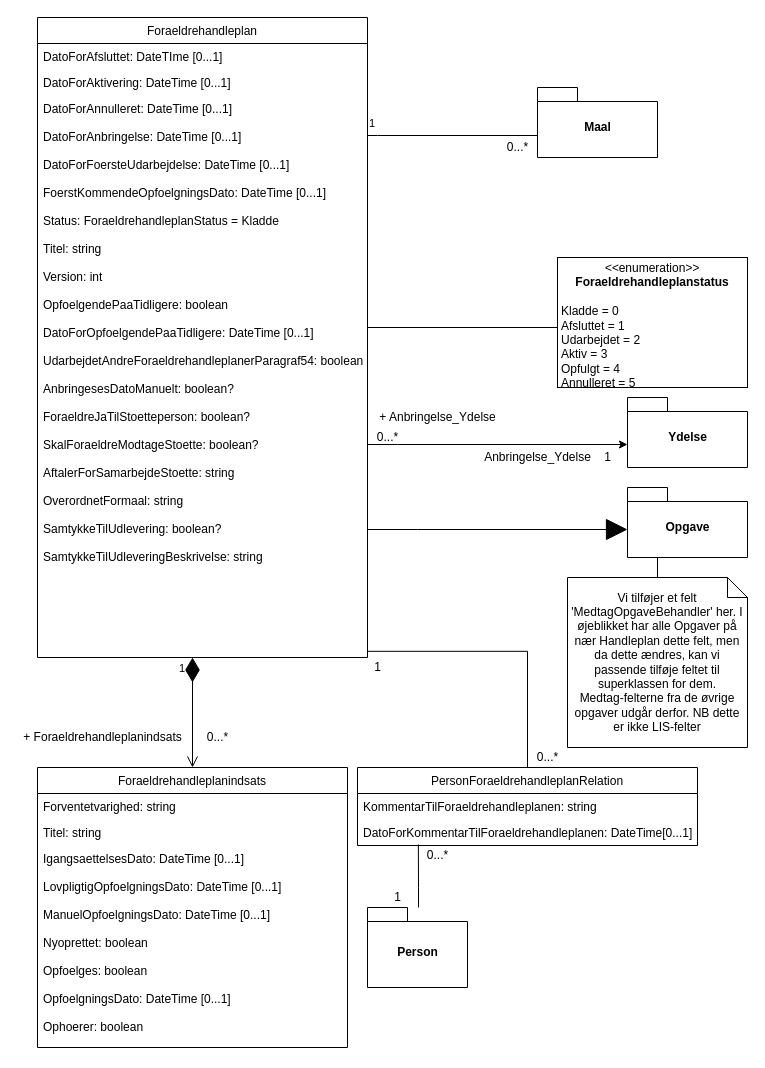
DanielMikkelsen/CompanyCarpool keeps this draw.io diagram as Untitled Diagram.drawio. Above is the earlier version. Source tidied: cells renumbered, new cells numbered last; positions are measured from the earlier drawing's top-left corner, leaving out a move shared by most shapes. Both pictures are drawn from the tidied source at 100%, with x=0, y=0 at pixel (17, 17).
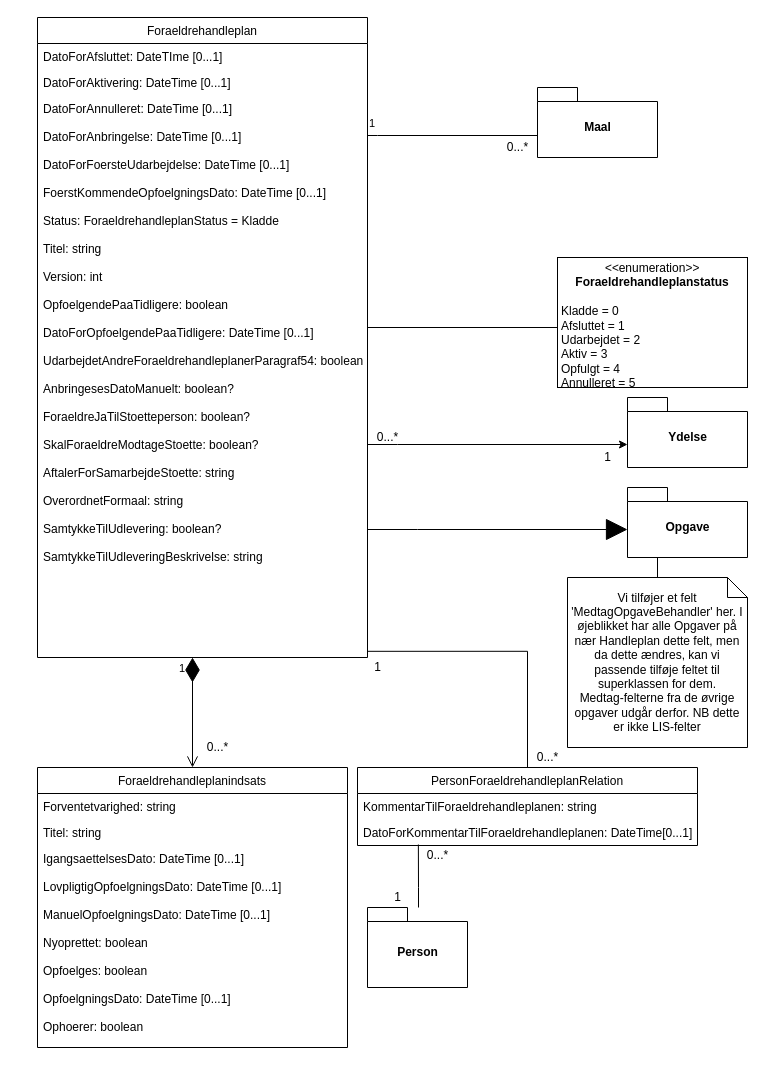
After the change.

Change to the diagram source:
```diff
@@
-    <mxCell id="17" value="+ Anbringelse_Ydelse" style="text;html=1;align=center;verticalAlign=middle;" parent="1" vertex="1">
-      <mxGeometry x="355" y="390" width="130" height="20" as="geometry" />
-    </mxCell>
-    <mxCell id="18" value="Anbringelse_Ydelse" style="text;html=1;align=center;verticalAlign=middle;" parent="1" vertex="1">
-      <mxGeometry x="460" y="430" width="120" height="20" as="geometry" />
-    </mxCell>
@@
     <mxCell id="20" value="0...*" style="text;html=1;align=center;verticalAlign=middle;" parent="1" vertex="1">
-      <mxGeometry x="180" y="710" width="40" height="20" as="geometry" />
+      <mxGeometry x="180" y="720" width="40" height="20" as="geometry" />
     </mxCell>
-    <mxCell id="21" value="+ Foraeldrehandleplanindsats" style="text;html=1;align=center;verticalAlign=middle;" parent="1" vertex="1">
-      <mxGeometry y="710" width="170" height="20" as="geometry" />
-    </mxCell>
```
